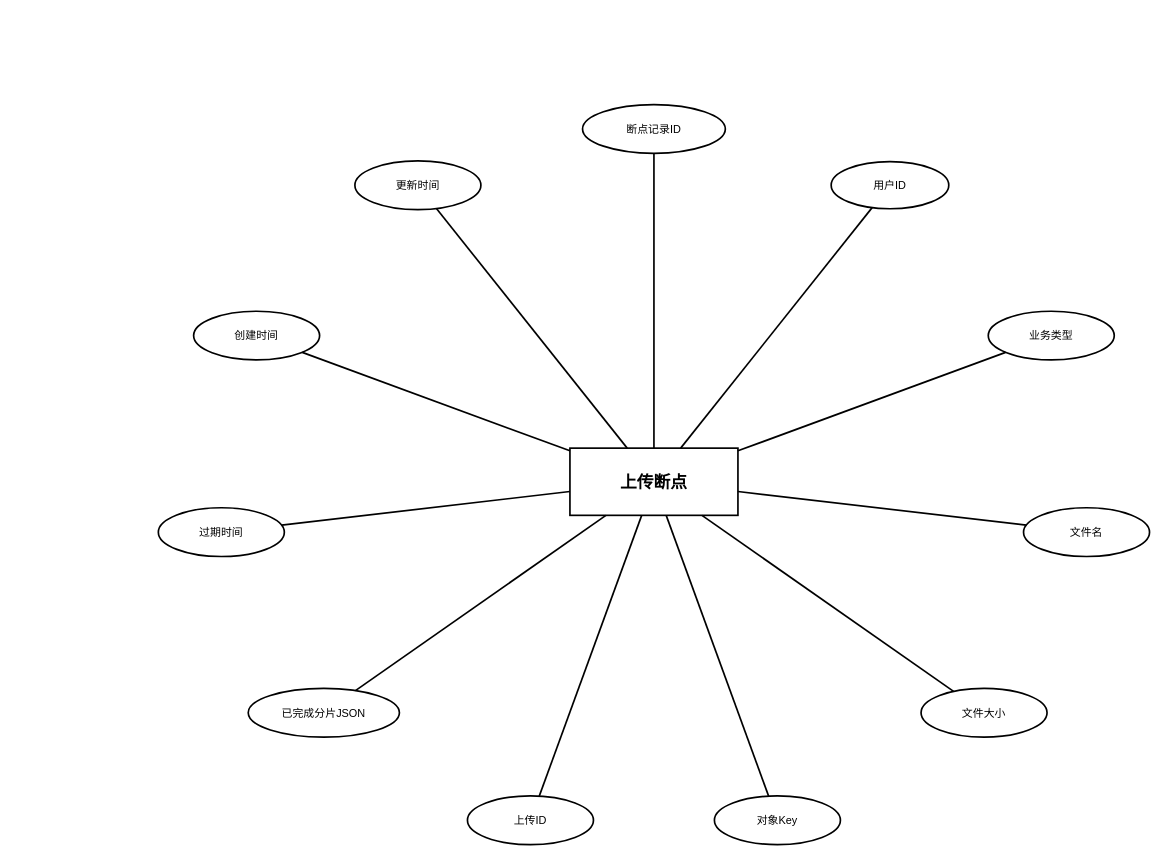
This is DOCS/thesis/figures/entity-diagrams/upload_checkpoints/upload_checkpoints_entity.drawio from 612cs/TrailQuest, a draw.io file, before an edit. Source tidied: cells renumbered, new cells numbered last; positions are measured from the earlier drawing's top-left corner, leaving out a move shared by most shapes. Both pictures are drawn from the tidied source at 84%, with x=0, y=0 at pixel (158, 104).
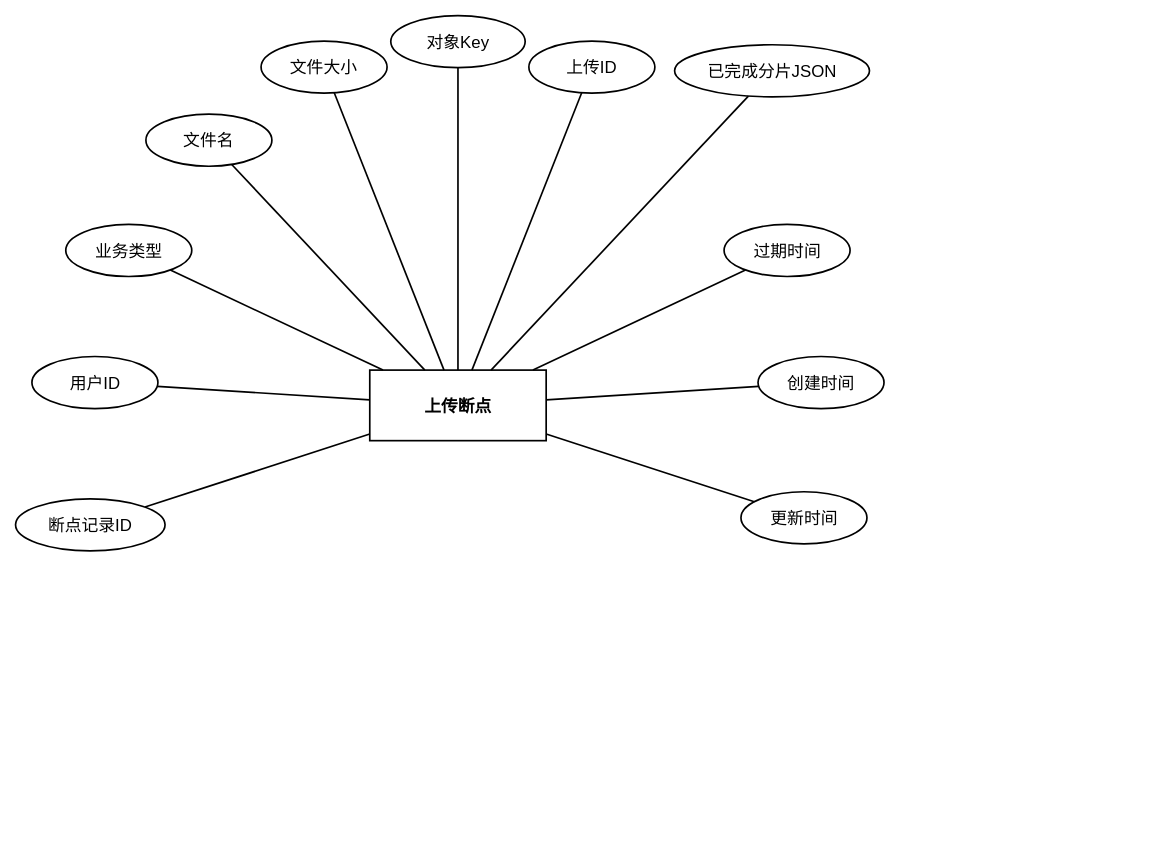
After the change.

Diff of the diagram source:
```diff
@@
-    <mxCell id="2" value="上传断点" style="rounded=0;whiteSpace=wrap;html=1;fillColor=#ffffff;strokeColor=#000000;fontColor=#000000;fontFamily=Arial;fontSize=20;fontStyle=1;align=center;verticalAlign=middle;strokeWidth=2;" parent="1" vertex="1">
-      <mxGeometry x="490" y="409" width="200" height="80" as="geometry" />
+    <mxCell id="2" value="上传断点" style="rounded=0;whiteSpace=wrap;html=1;fillColor=none;strokeColor=#000000;fontColor=#000000;fontFamily=Arial;fontSize=20;fontStyle=1;align=center;verticalAlign=middle;strokeWidth=2;gradientColor=none;shadow=0;glass=0;" parent="1" vertex="1">
+      <mxGeometry x="251.7" y="316.1" width="210" height="84" as="geometry" />
     </mxCell>
-    <mxCell id="3" value="断点记录ID" style="ellipse;whiteSpace=wrap;html=1;fillColor=#ffffff;strokeColor=#000000;fontColor=#000000;fontFamily=Arial;fontSize=13;align=center;verticalAlign=middle;strokeWidth=2;" parent="1" vertex="1">
-      <mxGeometry x="505" width="170" height="58" as="geometry" />
+    <mxCell id="3" value="断点记录ID" style="ellipse;whiteSpace=wrap;html=1;fillColor=none;strokeColor=#000000;fontColor=#000000;fontFamily=Arial;fontSize=20;align=center;verticalAlign=middle;strokeWidth=2;gradientColor=none;shadow=0;glass=0;" parent="1" vertex="1">
+      <mxGeometry x="-170" y="469.3" width="178" height="62" as="geometry" />
     </mxCell>
-    <mxCell id="4" value="用户ID" style="ellipse;whiteSpace=wrap;html=1;fillColor=#ffffff;strokeColor=#000000;fontColor=#000000;fontFamily=Arial;fontSize=13;align=center;verticalAlign=middle;strokeWidth=2;" parent="1" vertex="1">
-      <mxGeometry x="801" y="68" width="140" height="56" as="geometry" />
+    <mxCell id="4" value="用户ID" style="ellipse;whiteSpace=wrap;html=1;fillColor=none;strokeColor=#000000;fontColor=#000000;fontFamily=Arial;fontSize=20;align=center;verticalAlign=middle;strokeWidth=2;gradientColor=none;shadow=0;glass=0;" parent="1" vertex="1">
+      <mxGeometry x="-150.5" y="299.9" width="150" height="62" as="geometry" />
     </mxCell>
-    <mxCell id="5" value="业务类型" style="ellipse;whiteSpace=wrap;html=1;fillColor=#ffffff;strokeColor=#000000;fontColor=#000000;fontFamily=Arial;fontSize=13;align=center;verticalAlign=middle;strokeWidth=2;" parent="1" vertex="1">
-      <mxGeometry x="988" y="246" width="150" height="58" as="geometry" />
+    <mxCell id="5" value="业务类型" style="ellipse;whiteSpace=wrap;html=1;fillColor=none;strokeColor=#000000;fontColor=#000000;fontFamily=Arial;fontSize=20;align=center;verticalAlign=middle;strokeWidth=2;gradientColor=none;shadow=0;glass=0;" parent="1" vertex="1">
+      <mxGeometry x="-110.2" y="142.7" width="150" height="62" as="geometry" />
     </mxCell>
-    <mxCell id="6" value="文件名" style="ellipse;whiteSpace=wrap;html=1;fillColor=#ffffff;strokeColor=#000000;fontColor=#000000;fontFamily=Arial;fontSize=13;align=center;verticalAlign=middle;strokeWidth=2;" parent="1" vertex="1">
-      <mxGeometry x="1030" y="480" width="150" height="58" as="geometry" />
+    <mxCell id="6" value="文件名" style="ellipse;whiteSpace=wrap;html=1;fillColor=none;strokeColor=#000000;fontColor=#000000;fontFamily=Arial;fontSize=20;align=center;verticalAlign=middle;strokeWidth=2;gradientColor=none;shadow=0;glass=0;" parent="1" vertex="1">
+      <mxGeometry x="-14.8" y="11.4" width="150" height="62" as="geometry" />
     </mxCell>
-    <mxCell id="7" value="文件大小" style="ellipse;whiteSpace=wrap;html=1;fillColor=#ffffff;strokeColor=#000000;fontColor=#000000;fontFamily=Arial;fontSize=13;align=center;verticalAlign=middle;strokeWidth=2;" parent="1" vertex="1">
-      <mxGeometry x="908" y="695" width="150" height="58" as="geometry" />
+    <mxCell id="7" value="文件大小" style="ellipse;whiteSpace=wrap;html=1;fillColor=none;strokeColor=#000000;fontColor=#000000;fontFamily=Arial;fontSize=20;align=center;verticalAlign=middle;strokeWidth=2;gradientColor=none;shadow=0;glass=0;" parent="1" vertex="1">
+      <mxGeometry x="122.3" y="-75.6" width="150" height="62" as="geometry" />
     </mxCell>
-    <mxCell id="8" value="对象Key" style="ellipse;whiteSpace=wrap;html=1;fillColor=#ffffff;strokeColor=#000000;fontColor=#000000;fontFamily=Arial;fontSize=13;align=center;verticalAlign=middle;strokeWidth=2;" parent="1" vertex="1">
-      <mxGeometry x="662" y="823" width="150" height="58" as="geometry" />
+    <mxCell id="8" value="对象Key" style="ellipse;whiteSpace=wrap;html=1;fillColor=none;strokeColor=#000000;fontColor=#000000;fontFamily=Arial;fontSize=20;align=center;verticalAlign=middle;strokeWidth=2;gradientColor=none;shadow=0;glass=0;" parent="1" vertex="1">
+      <mxGeometry x="276.7" y="-106" width="160" height="62" as="geometry" />
     </mxCell>
-    <mxCell id="9" value="上传ID" style="ellipse;whiteSpace=wrap;html=1;fillColor=#ffffff;strokeColor=#000000;fontColor=#000000;fontFamily=Arial;fontSize=13;align=center;verticalAlign=middle;strokeWidth=2;" parent="1" vertex="1">
-      <mxGeometry x="368" y="823" width="150" height="58" as="geometry" />
+    <mxCell id="9" value="上传ID" style="ellipse;whiteSpace=wrap;html=1;fillColor=none;strokeColor=#000000;fontColor=#000000;fontFamily=Arial;fontSize=20;align=center;verticalAlign=middle;strokeWidth=2;gradientColor=none;shadow=0;glass=0;" parent="1" vertex="1">
+      <mxGeometry x="441.1" y="-75.6" width="150" height="62" as="geometry" />
     </mxCell>
-    <mxCell id="10" value="已完成分片JSON" style="ellipse;whiteSpace=wrap;html=1;fillColor=#ffffff;strokeColor=#000000;fontColor=#000000;fontFamily=Arial;fontSize=13;align=center;verticalAlign=middle;strokeWidth=2;" parent="1" vertex="1">
-      <mxGeometry x="107" y="695" width="180" height="58" as="geometry" />
+    <mxCell id="10" value="已完成分片JSON" style="ellipse;whiteSpace=wrap;html=1;fillColor=none;strokeColor=#000000;fontColor=#000000;fontFamily=Arial;fontSize=20;align=center;verticalAlign=middle;strokeWidth=2;gradientColor=none;shadow=0;glass=0;" parent="1" vertex="1">
+      <mxGeometry x="614.6" y="-71.2" width="232" height="62" as="geometry" />
     </mxCell>
-    <mxCell id="11" value="过期时间" style="ellipse;whiteSpace=wrap;html=1;fillColor=#ffffff;strokeColor=#000000;fontColor=#000000;fontFamily=Arial;fontSize=13;align=center;verticalAlign=middle;strokeWidth=2;" parent="1" vertex="1">
-      <mxGeometry y="480" width="150" height="58" as="geometry" />
+    <mxCell id="11" value="过期时间" style="ellipse;whiteSpace=wrap;html=1;fillColor=none;strokeColor=#000000;fontColor=#000000;fontFamily=Arial;fontSize=20;align=center;verticalAlign=middle;strokeWidth=2;gradientColor=none;shadow=0;glass=0;" parent="1" vertex="1">
+      <mxGeometry x="673.5" y="142.7" width="150" height="62" as="geometry" />
     </mxCell>
-    <mxCell id="12" value="创建时间" style="ellipse;whiteSpace=wrap;html=1;fillColor=#ffffff;strokeColor=#000000;fontColor=#000000;fontFamily=Arial;fontSize=13;align=center;verticalAlign=middle;strokeWidth=2;" parent="1" vertex="1">
-      <mxGeometry x="42" y="246" width="150" height="58" as="geometry" />
+    <mxCell id="12" value="创建时间" style="ellipse;whiteSpace=wrap;html=1;fillColor=none;strokeColor=#000000;fontColor=#000000;fontFamily=Arial;fontSize=20;align=center;verticalAlign=middle;strokeWidth=2;gradientColor=none;shadow=0;glass=0;" parent="1" vertex="1">
+      <mxGeometry x="713.9" y="299.9" width="150" height="62" as="geometry" />
     </mxCell>
-    <mxCell id="13" value="更新时间" style="ellipse;whiteSpace=wrap;html=1;fillColor=#ffffff;strokeColor=#000000;fontColor=#000000;fontFamily=Arial;fontSize=13;align=center;verticalAlign=middle;strokeWidth=2;" parent="1" vertex="1">
-      <mxGeometry x="234" y="67" width="150" height="58" as="geometry" />
+    <mxCell id="13" value="更新时间" style="ellipse;whiteSpace=wrap;html=1;fillColor=none;strokeColor=#000000;fontColor=#000000;fontFamily=Arial;fontSize=20;align=center;verticalAlign=middle;strokeWidth=2;gradientColor=none;shadow=0;glass=0;" parent="1" vertex="1">
+      <mxGeometry x="693.6" y="460.9" width="150" height="62" as="geometry" />
     </mxCell>
```
